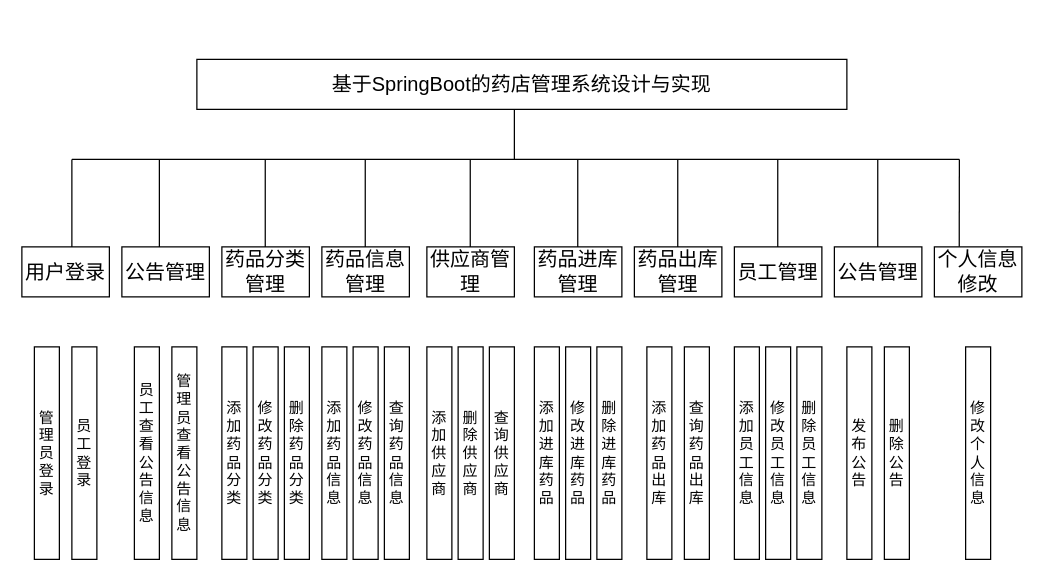
Before: 未命名绘图.drawio in newbie-jiang/AES, a draw.io diagram. Source tidied: cells renumbered, new cells numbered last; positions are measured from the earlier drawing's top-left corner, leaving out a move shared by most shapes. Both pictures are drawn from the tidied source at 125%, with x=0, y=0 at pixel (21, 59).
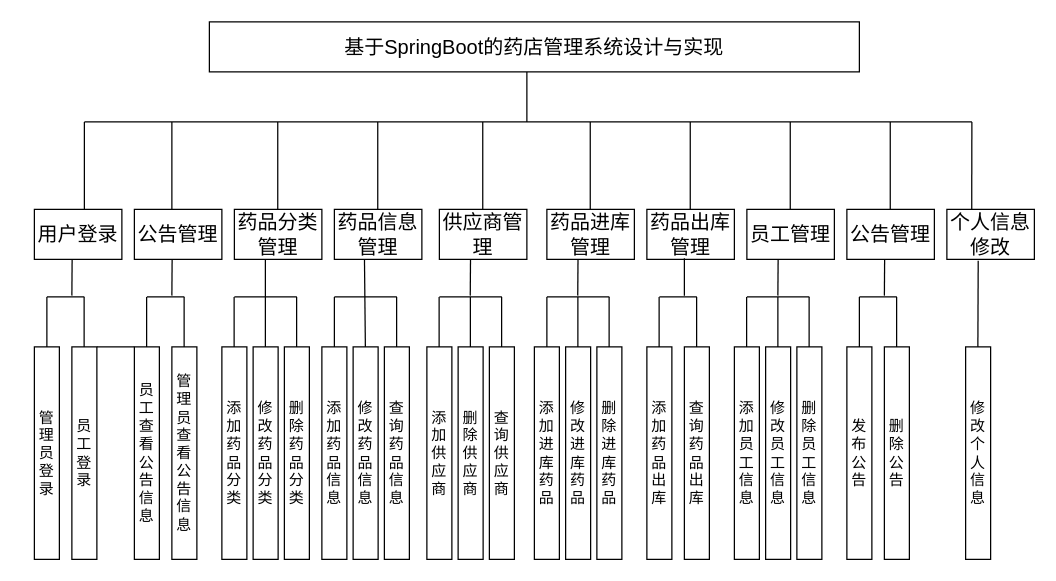
The same diagram, later.

Commit message (it also covers changes not shown here):
更新未命名绘图.drawio

What changed in the source:
```diff
@@
     <mxCell id="2" value="&lt;font style=&quot;font-size: 16px;&quot;&gt;基于SpringBoot的药店管理系统设计与实现&lt;/font&gt;" style="rounded=0;whiteSpace=wrap;html=1;" parent="1" vertex="1">
-      <mxGeometry x="140" width="520" height="40" as="geometry" />
+      <mxGeometry x="150" y="-30" width="520" height="40" as="geometry" />
     </mxCell>
@@
     <mxCell id="4" value="&lt;font style=&quot;font-size: 16px;&quot;&gt;用户登录&lt;/font&gt;" style="rounded=0;whiteSpace=wrap;html=1;" parent="1" vertex="1">
-      <mxGeometry y="150" width="70" height="40" as="geometry" />
+      <mxGeometry x="10" y="120" width="70" height="40" as="geometry" />
     </mxCell>
     <mxCell id="5" value="&lt;font style=&quot;font-size: 16px;&quot;&gt;公告管理&lt;/font&gt;" style="rounded=0;whiteSpace=wrap;html=1;" parent="1" vertex="1">
-      <mxGeometry x="80" y="150" width="70" height="40" as="geometry" />
+      <mxGeometry x="90" y="120" width="70" height="40" as="geometry" />
     </mxCell>
     <mxCell id="6" value="&lt;span style=&quot;font-size: 16px;&quot;&gt;药品分类管理&lt;/span&gt;" style="rounded=0;whiteSpace=wrap;html=1;" parent="1" vertex="1">
-      <mxGeometry x="160" y="150" width="70" height="40" as="geometry" />
+      <mxGeometry x="170" y="120" width="70" height="40" as="geometry" />
     </mxCell>
     <mxCell id="7" value="&lt;span style=&quot;font-size: 16px;&quot;&gt;药品信息管理&lt;/span&gt;" style="rounded=0;whiteSpace=wrap;html=1;" parent="1" vertex="1">
-      <mxGeometry x="240" y="150" width="70" height="40" as="geometry" />
+      <mxGeometry x="250" y="120" width="70" height="40" as="geometry" />
     </mxCell>
     <mxCell id="8" value="&lt;span style=&quot;font-size: 16px;&quot;&gt;供应商管理&lt;/span&gt;" style="rounded=0;whiteSpace=wrap;html=1;" parent="1" vertex="1">
-      <mxGeometry x="324" y="150" width="70" height="40" as="geometry" />
+      <mxGeometry x="334" y="120" width="70" height="40" as="geometry" />
     </mxCell>
     <mxCell id="9" value="&lt;span style=&quot;font-size: 16px;&quot;&gt;药品进库管理&lt;/span&gt;" style="rounded=0;whiteSpace=wrap;html=1;" parent="1" vertex="1">
-      <mxGeometry x="410" y="150" width="70" height="40" as="geometry" />
+      <mxGeometry x="420" y="120" width="70" height="40" as="geometry" />
     </mxCell>
     <mxCell id="10" value="&lt;span style=&quot;font-size: 16px;&quot;&gt;药品出库管理&lt;/span&gt;" style="rounded=0;whiteSpace=wrap;html=1;" parent="1" vertex="1">
-      <mxGeometry x="490" y="150" width="70" height="40" as="geometry" />
+      <mxGeometry x="500" y="120" width="70" height="40" as="geometry" />
     </mxCell>
     <mxCell id="11" value="&lt;span style=&quot;font-size: 16px;&quot;&gt;员工管理&lt;/span&gt;" style="rounded=0;whiteSpace=wrap;html=1;" parent="1" vertex="1">
-      <mxGeometry x="570" y="150" width="70" height="40" as="geometry" />
+      <mxGeometry x="580" y="120" width="70" height="40" as="geometry" />
     </mxCell>
     <mxCell id="12" value="&lt;font style=&quot;font-size: 16px;&quot;&gt;公告管理&lt;/font&gt;" style="rounded=0;whiteSpace=wrap;html=1;" parent="1" vertex="1">
-      <mxGeometry x="650" y="150" width="70" height="40" as="geometry" />
+      <mxGeometry x="660" y="120" width="70" height="40" as="geometry" />
     </mxCell>
     <mxCell id="13" value="&lt;span style=&quot;font-size: 16px;&quot;&gt;个人信息修改&lt;/span&gt;" style="rounded=0;whiteSpace=wrap;html=1;" parent="1" vertex="1">
-      <mxGeometry x="730" y="150" width="70" height="40" as="geometry" />
+      <mxGeometry x="740" y="120" width="70" height="40" as="geometry" />
     </mxCell>
@@
     <mxCell id="37" style="endArrow=none;html=1;rounded=0;" parent="1" edge="1">
       <mxGeometry relative="1" as="geometry">
-        <mxPoint x="40" y="150" as="sourcePoint" />
-        <mxPoint x="40" y="80" as="targetPoint" />
+        <mxPoint x="50" y="120" as="sourcePoint" />
+        <mxPoint x="50" y="50" as="targetPoint" />
       </mxGeometry>
     </mxCell>
     <mxCell id="38" style="endArrow=none;html=1;rounded=0;exitX=0.284;exitY=-0.002;exitDx=0;exitDy=0;exitPerimeter=0;" parent="1" edge="1" source="13">
       <mxGeometry relative="1" as="geometry">
-        <mxPoint x="750" y="80" as="targetPoint" />
+        <mxPoint x="760" y="50" as="targetPoint" />
       </mxGeometry>
     </mxCell>
     <mxCell id="39" style="endArrow=none;html=1;rounded=0;" parent="1" edge="1">
       <mxGeometry relative="1" as="geometry">
-        <mxPoint x="40" y="80" as="sourcePoint" />
-        <mxPoint x="750" y="80" as="targetPoint" />
+        <mxPoint x="50" y="50" as="sourcePoint" />
+        <mxPoint x="760" y="50" as="targetPoint" />
       </mxGeometry>
     </mxCell>
     <mxCell id="40" style="endArrow=none;html=1;rounded=0;" parent="1" edge="1">
       <mxGeometry relative="1" as="geometry">
-        <mxPoint x="110" y="150" as="sourcePoint" />
-        <mxPoint x="110" y="80" as="targetPoint" />
+        <mxPoint x="120" y="120" as="sourcePoint" />
+        <mxPoint x="120" y="50" as="targetPoint" />
       </mxGeometry>
     </mxCell>
     <mxCell id="41" style="endArrow=none;html=1;rounded=0;" parent="1" edge="1">
       <mxGeometry relative="1" as="geometry">
-        <mxPoint x="194.7" y="150" as="sourcePoint" />
-        <mxPoint x="194.7" y="80" as="targetPoint" />
+        <mxPoint x="204.7" y="120" as="sourcePoint" />
+        <mxPoint x="204.7" y="50" as="targetPoint" />
       </mxGeometry>
     </mxCell>
     <mxCell id="42" style="endArrow=none;html=1;rounded=0;" parent="1" edge="1">
       <mxGeometry relative="1" as="geometry">
-        <mxPoint x="274.7" y="150" as="sourcePoint" />
-        <mxPoint x="274.7" y="80" as="targetPoint" />
+        <mxPoint x="284.7" y="120" as="sourcePoint" />
+        <mxPoint x="284.7" y="50" as="targetPoint" />
       </mxGeometry>
     </mxCell>
     <mxCell id="43" style="endArrow=none;html=1;rounded=0;" parent="1" edge="1">
       <mxGeometry relative="1" as="geometry">
-        <mxPoint x="358.7" y="150" as="sourcePoint" />
-        <mxPoint x="358.7" y="80" as="targetPoint" />
+        <mxPoint x="368.7" y="120" as="sourcePoint" />
+        <mxPoint x="368.7" y="50" as="targetPoint" />
       </mxGeometry>
     </mxCell>
     <mxCell id="44" style="endArrow=none;html=1;rounded=0;" parent="1" edge="1">
       <mxGeometry relative="1" as="geometry">
-        <mxPoint x="444.7" y="150" as="sourcePoint" />
-        <mxPoint x="444.7" y="80" as="targetPoint" />
+        <mxPoint x="454.7" y="120" as="sourcePoint" />
+        <mxPoint x="454.7" y="50" as="targetPoint" />
       </mxGeometry>
     </mxCell>
     <mxCell id="45" style="endArrow=none;html=1;rounded=0;" parent="1" edge="1">
       <mxGeometry relative="1" as="geometry">
-        <mxPoint x="524.7" y="150" as="sourcePoint" />
-        <mxPoint x="524.7" y="80" as="targetPoint" />
+        <mxPoint x="534.7" y="120" as="sourcePoint" />
+        <mxPoint x="534.7" y="50" as="targetPoint" />
       </mxGeometry>
     </mxCell>
     <mxCell id="46" style="endArrow=none;html=1;rounded=0;" parent="1" edge="1">
       <mxGeometry relative="1" as="geometry">
-        <mxPoint x="604.7" y="150" as="sourcePoint" />
-        <mxPoint x="604.7" y="80" as="targetPoint" />
+        <mxPoint x="614.7" y="120" as="sourcePoint" />
+        <mxPoint x="614.7" y="50" as="targetPoint" />
       </mxGeometry>
     </mxCell>
     <mxCell id="47" style="endArrow=none;html=1;rounded=0;" parent="1" edge="1">
       <mxGeometry relative="1" as="geometry">
-        <mxPoint x="684.7" y="150" as="sourcePoint" />
-        <mxPoint x="684.7" y="80" as="targetPoint" />
+        <mxPoint x="694.7" y="120" as="sourcePoint" />
+        <mxPoint x="694.7" y="50" as="targetPoint" />
       </mxGeometry>
     </mxCell>
     <mxCell id="48" style="endArrow=none;html=1;rounded=0;" parent="1" edge="1">
       <mxGeometry relative="1" as="geometry">
-        <mxPoint x="394" y="80" as="sourcePoint" />
-        <mxPoint x="394" y="40" as="targetPoint" />
+        <mxPoint x="404" y="50" as="sourcePoint" />
+        <mxPoint x="404" y="10" as="targetPoint" />
       </mxGeometry>
     </mxCell>
+    <mxCell id="49" style="endArrow=none;html=1;rounded=0;" parent="1" edge="1">
+      <mxGeometry relative="1" as="geometry">
+        <mxPoint x="20" y="230" as="sourcePoint" />
+        <mxPoint x="20" y="190" as="targetPoint" />
+      </mxGeometry>
+    </mxCell>
+    <mxCell id="50" style="endArrow=none;html=1;rounded=0;" parent="1" edge="1">
+      <mxGeometry relative="1" as="geometry">
+        <mxPoint x="49.8" y="230" as="sourcePoint" />
+        <mxPoint x="49.8" y="190" as="targetPoint" />
+      </mxGeometry>
+    </mxCell>
+    <mxCell id="51" style="endArrow=none;html=1;rounded=0;" parent="1" edge="1">
+      <mxGeometry relative="1" as="geometry">
+        <mxPoint x="99.8" y="230" as="sourcePoint" />
+        <mxPoint x="99.8" y="190" as="targetPoint" />
+      </mxGeometry>
+    </mxCell>
+    <mxCell id="52" style="endArrow=none;html=1;rounded=0;" parent="1" edge="1">
+      <mxGeometry relative="1" as="geometry">
+        <mxPoint x="129.8" y="230" as="sourcePoint" />
+        <mxPoint x="129.8" y="190" as="targetPoint" />
+      </mxGeometry>
+    </mxCell>
+    <mxCell id="53" style="endArrow=none;html=1;rounded=0;" parent="1" edge="1">
+      <mxGeometry relative="1" as="geometry">
+        <mxPoint x="169.8" y="230" as="sourcePoint" />
+        <mxPoint x="169.8" y="190" as="targetPoint" />
+      </mxGeometry>
+    </mxCell>
+    <mxCell id="54" style="endArrow=none;html=1;rounded=0;entryX=0.354;entryY=1;entryDx=0;entryDy=0;entryPerimeter=0;" parent="1" edge="1" target="6">
+      <mxGeometry relative="1" as="geometry">
+        <mxPoint x="194.8" y="230" as="sourcePoint" />
+      </mxGeometry>
+    </mxCell>
+    <mxCell id="55" style="endArrow=none;html=1;rounded=0;" parent="1" edge="1">
+      <mxGeometry relative="1" as="geometry">
+        <mxPoint x="219.8" y="230" as="sourcePoint" />
+        <mxPoint x="219.8" y="190" as="targetPoint" />
+      </mxGeometry>
+    </mxCell>
+    <mxCell id="56" style="endArrow=none;html=1;rounded=0;" parent="1" edge="1">
+      <mxGeometry relative="1" as="geometry">
+        <mxPoint x="250" y="230" as="sourcePoint" />
+        <mxPoint x="250" y="190" as="targetPoint" />
+      </mxGeometry>
+    </mxCell>
+    <mxCell id="57" style="endArrow=none;html=1;rounded=0;entryX=0.344;entryY=0.999;entryDx=0;entryDy=0;entryPerimeter=0;" parent="1" edge="1" target="7">
+      <mxGeometry relative="1" as="geometry">
+        <mxPoint x="274.8" y="230" as="sourcePoint" />
+      </mxGeometry>
+    </mxCell>
+    <mxCell id="58" style="endArrow=none;html=1;rounded=0;" parent="1" edge="1">
+      <mxGeometry relative="1" as="geometry">
+        <mxPoint x="299.8" y="230" as="sourcePoint" />
+        <mxPoint x="299.8" y="190" as="targetPoint" />
+      </mxGeometry>
+    </mxCell>
+    <mxCell id="59" style="endArrow=none;html=1;rounded=0;" parent="1" edge="1">
+      <mxGeometry relative="1" as="geometry">
+        <mxPoint x="333.8" y="230" as="sourcePoint" />
+        <mxPoint x="333.8" y="190" as="targetPoint" />
+      </mxGeometry>
+    </mxCell>
+    <mxCell id="60" style="endArrow=none;html=1;rounded=0;" parent="1" edge="1">
+      <mxGeometry relative="1" as="geometry">
+        <mxPoint x="358.8" y="230" as="sourcePoint" />
+        <mxPoint x="358.8" y="190" as="targetPoint" />
+      </mxGeometry>
+    </mxCell>
+    <mxCell id="61" style="endArrow=none;html=1;rounded=0;" parent="1" edge="1">
+      <mxGeometry relative="1" as="geometry">
+        <mxPoint x="383.8" y="230" as="sourcePoint" />
+        <mxPoint x="383.8" y="190" as="targetPoint" />
+      </mxGeometry>
+    </mxCell>
+    <mxCell id="62" style="endArrow=none;html=1;rounded=0;" parent="1" edge="1">
+      <mxGeometry relative="1" as="geometry">
+        <mxPoint x="420" y="230" as="sourcePoint" />
+        <mxPoint x="420" y="190" as="targetPoint" />
+      </mxGeometry>
+    </mxCell>
+    <mxCell id="63" style="endArrow=none;html=1;rounded=0;" parent="1" edge="1">
+      <mxGeometry relative="1" as="geometry">
+        <mxPoint x="444.8" y="230" as="sourcePoint" />
+        <mxPoint x="444.8" y="190" as="targetPoint" />
+      </mxGeometry>
+    </mxCell>
+    <mxCell id="64" style="endArrow=none;html=1;rounded=0;" parent="1" edge="1">
+      <mxGeometry relative="1" as="geometry">
+        <mxPoint x="469.8" y="230" as="sourcePoint" />
+        <mxPoint x="469.8" y="190" as="targetPoint" />
+      </mxGeometry>
+    </mxCell>
+    <mxCell id="65" style="endArrow=none;html=1;rounded=0;" parent="1" edge="1">
+      <mxGeometry relative="1" as="geometry">
+        <mxPoint x="509.8" y="230" as="sourcePoint" />
+        <mxPoint x="509.8" y="190" as="targetPoint" />
+      </mxGeometry>
+    </mxCell>
+    <mxCell id="66" style="endArrow=none;html=1;rounded=0;" parent="1" edge="1">
+      <mxGeometry relative="1" as="geometry">
+        <mxPoint x="539.8" y="230" as="sourcePoint" />
+        <mxPoint x="539.8" y="190" as="targetPoint" />
+      </mxGeometry>
+    </mxCell>
+    <mxCell id="67" style="endArrow=none;html=1;rounded=0;" parent="1" edge="1">
+      <mxGeometry relative="1" as="geometry">
+        <mxPoint x="579.8" y="230" as="sourcePoint" />
+        <mxPoint x="579.8" y="190" as="targetPoint" />
+      </mxGeometry>
+    </mxCell>
+    <mxCell id="68" style="endArrow=none;html=1;rounded=0;" parent="1" edge="1">
+      <mxGeometry relative="1" as="geometry">
+        <mxPoint x="604.8" y="230" as="sourcePoint" />
+        <mxPoint x="604.8" y="190" as="targetPoint" />
+      </mxGeometry>
+    </mxCell>
+    <mxCell id="69" style="endArrow=none;html=1;rounded=0;" parent="1" edge="1">
+      <mxGeometry relative="1" as="geometry">
+        <mxPoint x="629.8" y="230" as="sourcePoint" />
+        <mxPoint x="629.8" y="190" as="targetPoint" />
+      </mxGeometry>
+    </mxCell>
+    <mxCell id="70" style="endArrow=none;html=1;rounded=0;" parent="1" edge="1">
+      <mxGeometry relative="1" as="geometry">
+        <mxPoint x="670" y="230" as="sourcePoint" />
+        <mxPoint x="670" y="190" as="targetPoint" />
+      </mxGeometry>
+    </mxCell>
+    <mxCell id="71" style="endArrow=none;html=1;rounded=0;" parent="1" edge="1">
+      <mxGeometry relative="1" as="geometry">
+        <mxPoint x="699.8" y="230" as="sourcePoint" />
+        <mxPoint x="699.8" y="190" as="targetPoint" />
+      </mxGeometry>
+    </mxCell>
+    <mxCell id="72" style="endArrow=none;html=1;rounded=0;entryX=0.358;entryY=1.029;entryDx=0;entryDy=0;entryPerimeter=0;" parent="1" edge="1" target="13">
+      <mxGeometry relative="1" as="geometry">
+        <mxPoint x="764.8" y="230" as="sourcePoint" />
+      </mxGeometry>
+    </mxCell>
+    <mxCell id="73" style="endArrow=none;html=1;rounded=0;" parent="1" edge="1">
+      <mxGeometry relative="1" as="geometry">
+        <mxPoint x="20" y="190" as="sourcePoint" />
+        <mxPoint x="50" y="190" as="targetPoint" />
+      </mxGeometry>
+    </mxCell>
+    <mxCell id="74" style="endArrow=none;html=1;rounded=0;" parent="1" edge="1">
+      <mxGeometry relative="1" as="geometry">
+        <mxPoint x="100" y="190" as="sourcePoint" />
+        <mxPoint x="130" y="190" as="targetPoint" />
+      </mxGeometry>
+    </mxCell>
+    <mxCell id="75" style="endArrow=none;html=1;rounded=0;" parent="1" edge="1">
+      <mxGeometry relative="1" as="geometry">
+        <mxPoint x="170" y="190" as="sourcePoint" />
+        <mxPoint x="220" y="190" as="targetPoint" />
+      </mxGeometry>
+    </mxCell>
+    <mxCell id="76" style="endArrow=none;html=1;rounded=0;" parent="1" edge="1">
+      <mxGeometry relative="1" as="geometry">
+        <mxPoint x="250" y="190" as="sourcePoint" />
+        <mxPoint x="300" y="190" as="targetPoint" />
+      </mxGeometry>
+    </mxCell>
+    <mxCell id="77" style="endArrow=none;html=1;rounded=0;" parent="1" edge="1">
+      <mxGeometry relative="1" as="geometry">
+        <mxPoint x="60" y="230" as="sourcePoint" />
+        <mxPoint x="90" y="230" as="targetPoint" />
+      </mxGeometry>
+    </mxCell>
+    <mxCell id="78" style="endArrow=none;html=1;rounded=0;" parent="1" edge="1">
+      <mxGeometry relative="1" as="geometry">
+        <mxPoint x="334" y="190" as="sourcePoint" />
+        <mxPoint x="384" y="190" as="targetPoint" />
+      </mxGeometry>
+    </mxCell>
+    <mxCell id="79" style="endArrow=none;html=1;rounded=0;" parent="1" edge="1">
+      <mxGeometry relative="1" as="geometry">
+        <mxPoint x="420" y="190" as="sourcePoint" />
+        <mxPoint x="470" y="190" as="targetPoint" />
+      </mxGeometry>
+    </mxCell>
+    <mxCell id="80" style="endArrow=none;html=1;rounded=0;" parent="1" edge="1">
+      <mxGeometry relative="1" as="geometry">
+        <mxPoint x="580" y="190" as="sourcePoint" />
+        <mxPoint x="630" y="190" as="targetPoint" />
+      </mxGeometry>
+    </mxCell>
+    <mxCell id="81" style="endArrow=none;html=1;rounded=0;" parent="1" edge="1">
+      <mxGeometry relative="1" as="geometry">
+        <mxPoint x="510" y="190" as="sourcePoint" />
+        <mxPoint x="540" y="190" as="targetPoint" />
+      </mxGeometry>
+    </mxCell>
+    <mxCell id="82" style="endArrow=none;html=1;rounded=0;" parent="1" edge="1">
+      <mxGeometry relative="1" as="geometry">
+        <mxPoint x="670" y="190" as="sourcePoint" />
+        <mxPoint x="700" y="190" as="targetPoint" />
+      </mxGeometry>
+    </mxCell>
+    <mxCell id="83" style="endArrow=none;html=1;rounded=0;entryX=0.358;entryY=1.029;entryDx=0;entryDy=0;entryPerimeter=0;" parent="1" edge="1">
+      <mxGeometry relative="1" as="geometry">
+        <mxPoint x="690" y="189" as="sourcePoint" />
+        <mxPoint x="690.2" y="160" as="targetPoint" />
+      </mxGeometry>
+    </mxCell>
+    <mxCell id="84" style="endArrow=none;html=1;rounded=0;entryX=0.358;entryY=1.029;entryDx=0;entryDy=0;entryPerimeter=0;" parent="1" edge="1">
+      <mxGeometry relative="1" as="geometry">
+        <mxPoint x="604.8" y="189" as="sourcePoint" />
+        <mxPoint x="605" y="160" as="targetPoint" />
+      </mxGeometry>
+    </mxCell>
+    <mxCell id="85" style="endArrow=none;html=1;rounded=0;" parent="1" edge="1">
+      <mxGeometry relative="1" as="geometry">
+        <mxPoint x="530" y="189" as="sourcePoint" />
+        <mxPoint x="530" y="159" as="targetPoint" />
+      </mxGeometry>
+    </mxCell>
+    <mxCell id="86" style="endArrow=none;html=1;rounded=0;entryX=0.358;entryY=1.029;entryDx=0;entryDy=0;entryPerimeter=0;" parent="1" edge="1">
+      <mxGeometry relative="1" as="geometry">
+        <mxPoint x="444.7" y="189" as="sourcePoint" />
+        <mxPoint x="444.9" y="160" as="targetPoint" />
+      </mxGeometry>
+    </mxCell>
+    <mxCell id="87" style="endArrow=none;html=1;rounded=0;entryX=0.358;entryY=1.029;entryDx=0;entryDy=0;entryPerimeter=0;" parent="1" edge="1">
+      <mxGeometry relative="1" as="geometry">
+        <mxPoint x="358.7" y="189" as="sourcePoint" />
+        <mxPoint x="358.9" y="160" as="targetPoint" />
+      </mxGeometry>
+    </mxCell>
+    <mxCell id="88" style="endArrow=none;html=1;rounded=0;entryX=0.358;entryY=1.029;entryDx=0;entryDy=0;entryPerimeter=0;" parent="1" edge="1">
+      <mxGeometry relative="1" as="geometry">
+        <mxPoint x="120" y="189" as="sourcePoint" />
+        <mxPoint x="120.2" y="160" as="targetPoint" />
+      </mxGeometry>
+    </mxCell>
+    <mxCell id="89" style="endArrow=none;html=1;rounded=0;entryX=0.358;entryY=1.029;entryDx=0;entryDy=0;entryPerimeter=0;" parent="1" edge="1">
+      <mxGeometry relative="1" as="geometry">
+        <mxPoint x="40" y="189" as="sourcePoint" />
+        <mxPoint x="40.2" y="160" as="targetPoint" />
+      </mxGeometry>
+    </mxCell>
```
